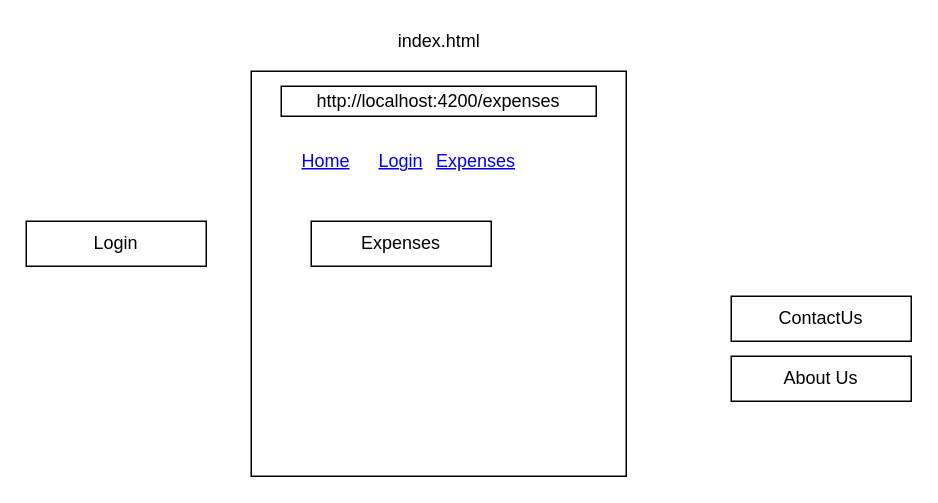
This is page "Page-7" (7 of 8) of refs/diagrams.drawio from synergy2411/genpact-mar-22, a draw.io file, before an edit. Source tidied: cells renumbered, new cells numbered last; positions are measured from the earlier drawing's top-left corner, leaving out a move shared by most shapes. Both pictures are drawn from the tidied source at 150%, with x=0, y=0 at pixel (26, 26).
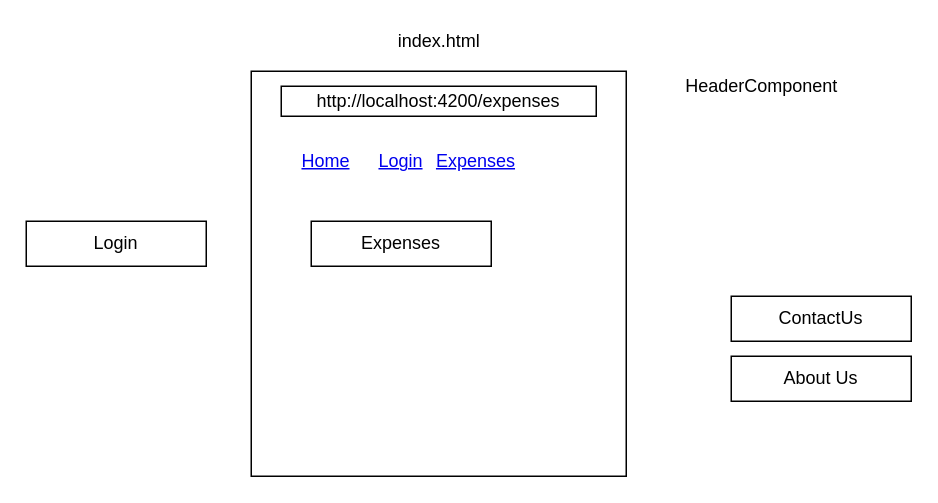
After the change.

What changed in the source:
```diff
@@
 <mxGraphModel>
   <root>
     <mxCell id="0" />
     <mxCell id="1" parent="0" />
     <mxCell id="2" style="rounded=0;whiteSpace=wrap;html=1;" parent="1" vertex="1">
       <mxGeometry x="150" y="30" width="250" height="270" as="geometry" />
     </mxCell>
     <mxCell id="3" value="http://localhost:4200/expenses" style="rounded=0;whiteSpace=wrap;html=1;" parent="1" vertex="1">
       <mxGeometry x="170" y="40" width="210" height="20" as="geometry" />
     </mxCell>
     <mxCell id="4" value="Expenses" style="rounded=0;whiteSpace=wrap;html=1;" parent="1" vertex="1">
       <mxGeometry x="190" y="130" width="120" height="30" as="geometry" />
     </mxCell>
     <mxCell id="5" value="Login" style="rounded=0;whiteSpace=wrap;html=1;" parent="1" vertex="1">
       <mxGeometry y="130" width="120" height="30" as="geometry" />
     </mxCell>
     <mxCell id="6" value="ContactUs" style="rounded=0;whiteSpace=wrap;html=1;" parent="1" vertex="1">
       <mxGeometry x="470" y="180" width="120" height="30" as="geometry" />
     </mxCell>
     <mxCell id="7" value="About Us" style="rounded=0;whiteSpace=wrap;html=1;" parent="1" vertex="1">
       <mxGeometry x="470" y="220" width="120" height="30" as="geometry" />
     </mxCell>
     <mxCell id="8" value="Home" style="text;html=1;strokeColor=none;fillColor=none;whiteSpace=wrap;align=center;verticalAlign=middle;fontColor=#0000EE;fontStyle=4;" parent="1" vertex="1">
       <mxGeometry x="170" y="70" width="60" height="40" as="geometry" />
     </mxCell>
     <mxCell id="9" value="Login" style="text;html=1;strokeColor=none;fillColor=none;whiteSpace=wrap;align=center;verticalAlign=middle;fontColor=#0000EE;fontStyle=4;" parent="1" vertex="1">
       <mxGeometry x="220" y="70" width="60" height="40" as="geometry" />
     </mxCell>
     <mxCell id="10" value="Expenses" style="text;html=1;strokeColor=none;fillColor=none;whiteSpace=wrap;align=center;verticalAlign=middle;fontColor=#0000EE;fontStyle=4;" parent="1" vertex="1">
       <mxGeometry x="270" y="70" width="60" height="40" as="geometry" />
     </mxCell>
     <mxCell id="11" value="index.html" style="text;html=1;align=center;verticalAlign=middle;strokeColor=none;fillColor=none;" parent="1" vertex="1">
       <mxGeometry x="240" width="70" height="20" as="geometry" />
     </mxCell>
+    <mxCell id="12" value="HeaderComponent" style="text;html=1;align=center;verticalAlign=middle;strokeColor=none;fillColor=none;" parent="1" vertex="1">
+      <mxGeometry x="430" y="30" width="120" height="20" as="geometry" />
+    </mxCell>
   </root>
 </mxGraphModel>
```
